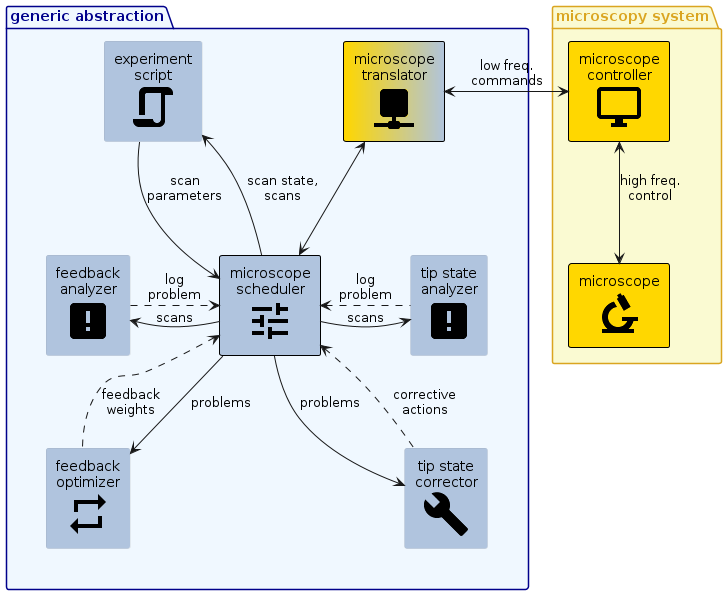
nsulmol/afspm keeps this PlantUML diagram as docs/images/afspm_hl_example2.png. Above is the earlier version.
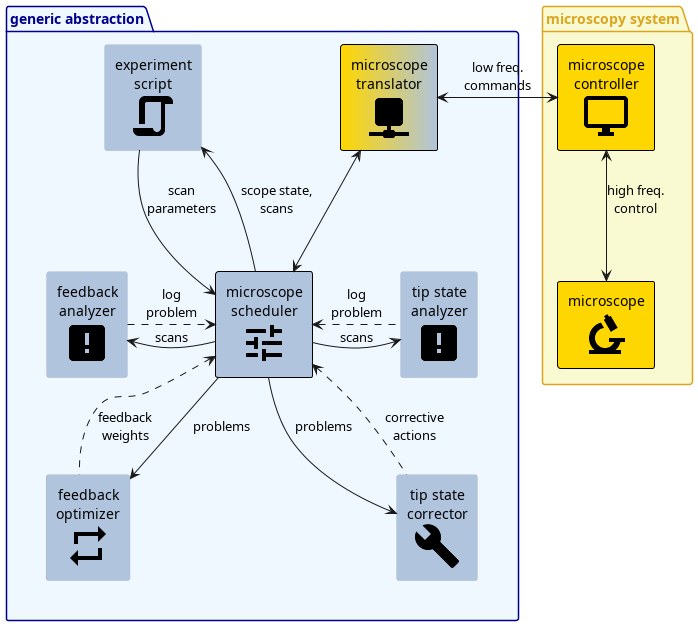
After the commit.

Change to the diagram source:
```diff
@@ -33,7 +33,7 @@
   }
 
   component "experiment\nscript\n<$ma_script>" <<internal>> <<optional>> as exp
-  scheduler -l-> exp: scan state,\nscans
+  scheduler -l-> exp: scope state,\nscans
   exp -r-> scheduler: scan\nparameters
 
   scheduler -l-> feedback_analyzer: scans
```
